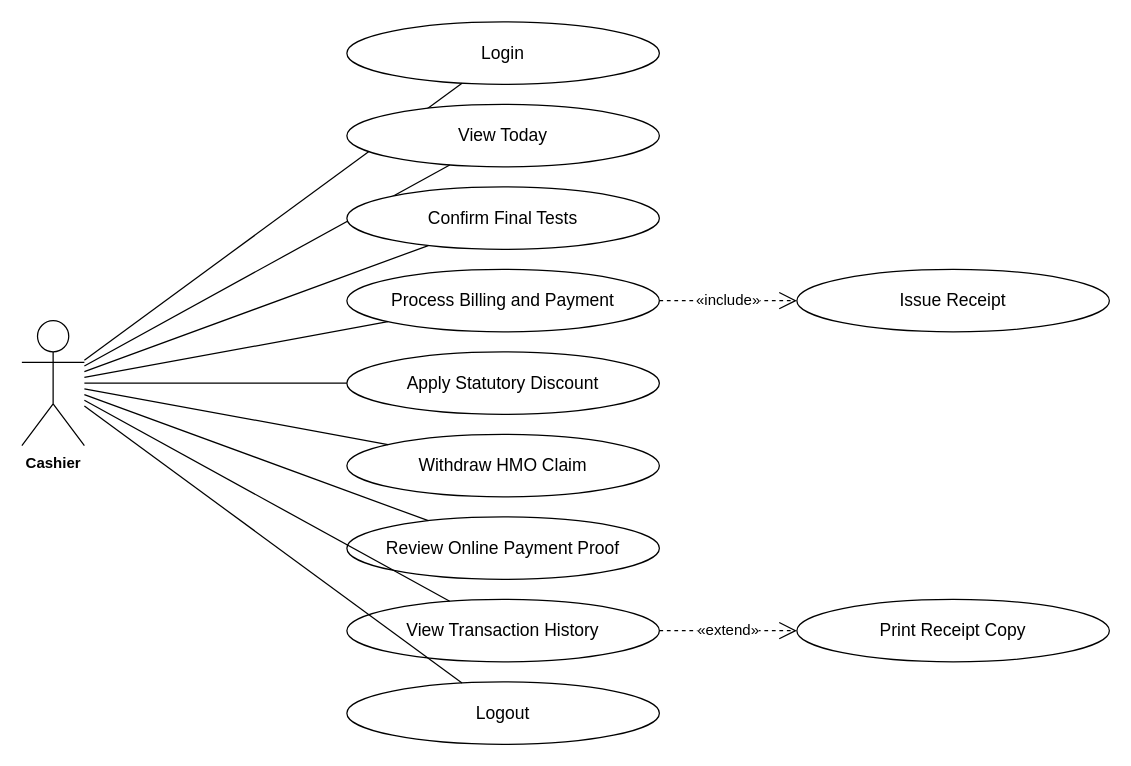
This is page "Cashier" (4 of 8) of docs/diagrams/usecases.drawio from steven23lz/Enlogada-Clinic-Management-System, a draw.io file, before an edit. Source tidied: cells renumbered, new cells numbered last; positions are measured from the earlier drawing's top-left corner, leaving out a move shared by most shapes. Both pictures are drawn from the tidied source at 125%, with x=0, y=0 at pixel (21, 21).
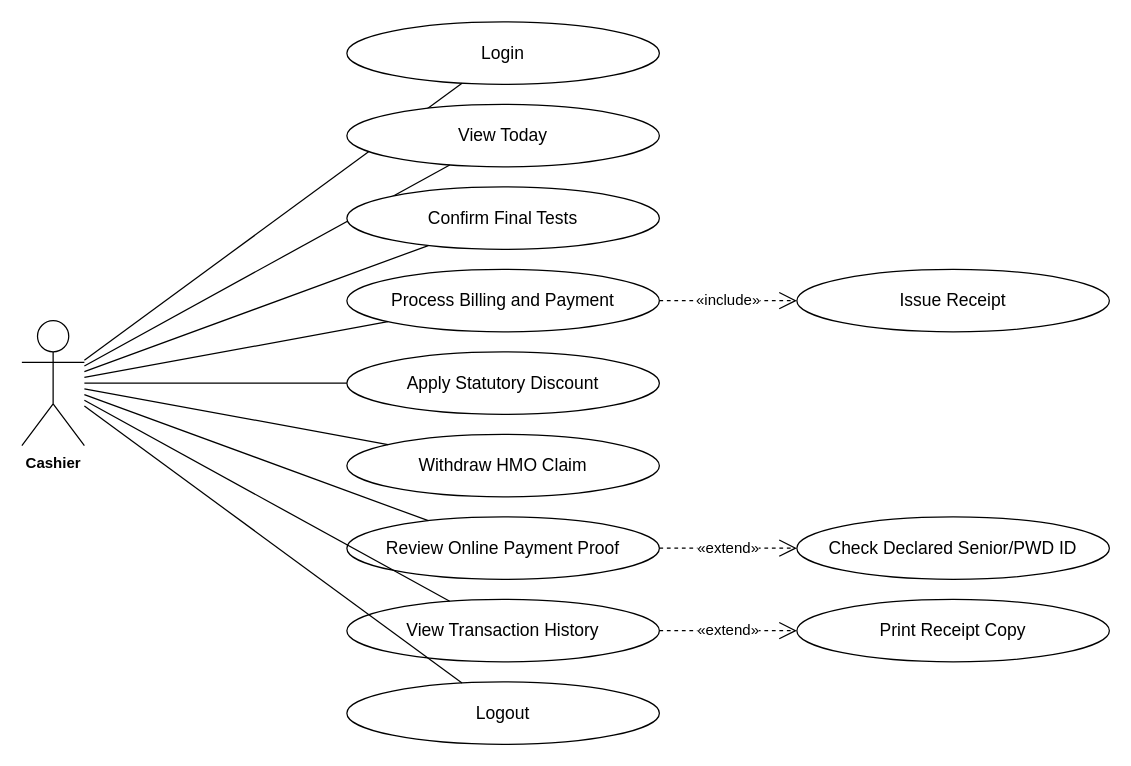
After the change.

The change refers to these unchanged cells:
```xml
<mxCell id="15" value="Review Online Payment Proof" style="ellipse;whiteSpace=wrap;html=1;fontFamily=Helvetica;fontSize=14;fontColor=#000000;strokeColor=#000000;" parent="1" vertex="1">
  <mxGeometry x="260" y="396" width="250" height="50" as="geometry" />
</mxCell>
```

Diff of the diagram source:
```diff
@@
+    <mxCell id="25" value="Check Declared Senior/PWD ID" style="ellipse;whiteSpace=wrap;html=1;fontFamily=Helvetica;fontSize=14;fontColor=#000000;strokeColor=#000000;" parent="1" vertex="1">
+      <mxGeometry x="620" y="396" width="250" height="50" as="geometry" />
+    </mxCell>
+    <mxCell id="26" value="«extend»" style="endArrow=open;endSize=12;dashed=1;html=1;fontFamily=Helvetica;fontSize=12;fontColor=#000000;strokeColor=#000000;" parent="1" edge="1" source="15" target="25">
+      <mxGeometry relative="1" as="geometry" />
+    </mxCell>
```
